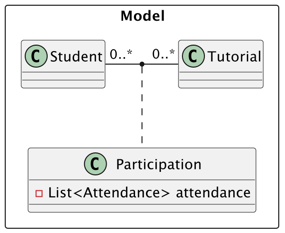
Earlier version of the PlantUML export docs/images/ParticipationAsAssociationDiagram.png (nus-cs2103-AY2425S1/tp). Its source is kept beside it as docs/diagrams/ParticipationAsAssociationDiagram.puml.
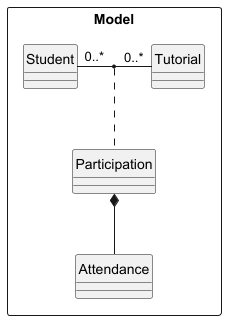
After the commit.

Commit message:
Edit PUML to fit standards

What changed in the source:
```diff
@@ -1,16 +1,14 @@
 @startuml
 
 package Model as ModelPackage<<Rectangle>>{
-
+hide circle
+skinparam classAttributeIconSize 0
     class Student
 
     class Tutorial
+    class Participation
 
-    class Participation {
-            - List<Attendance> attendance
-
-            }
-    }
+    Participation *-- Attendance
 
     Student "0..*" -right- "0..*" Tutorial
     (Student, Tutorial). Participation
```
